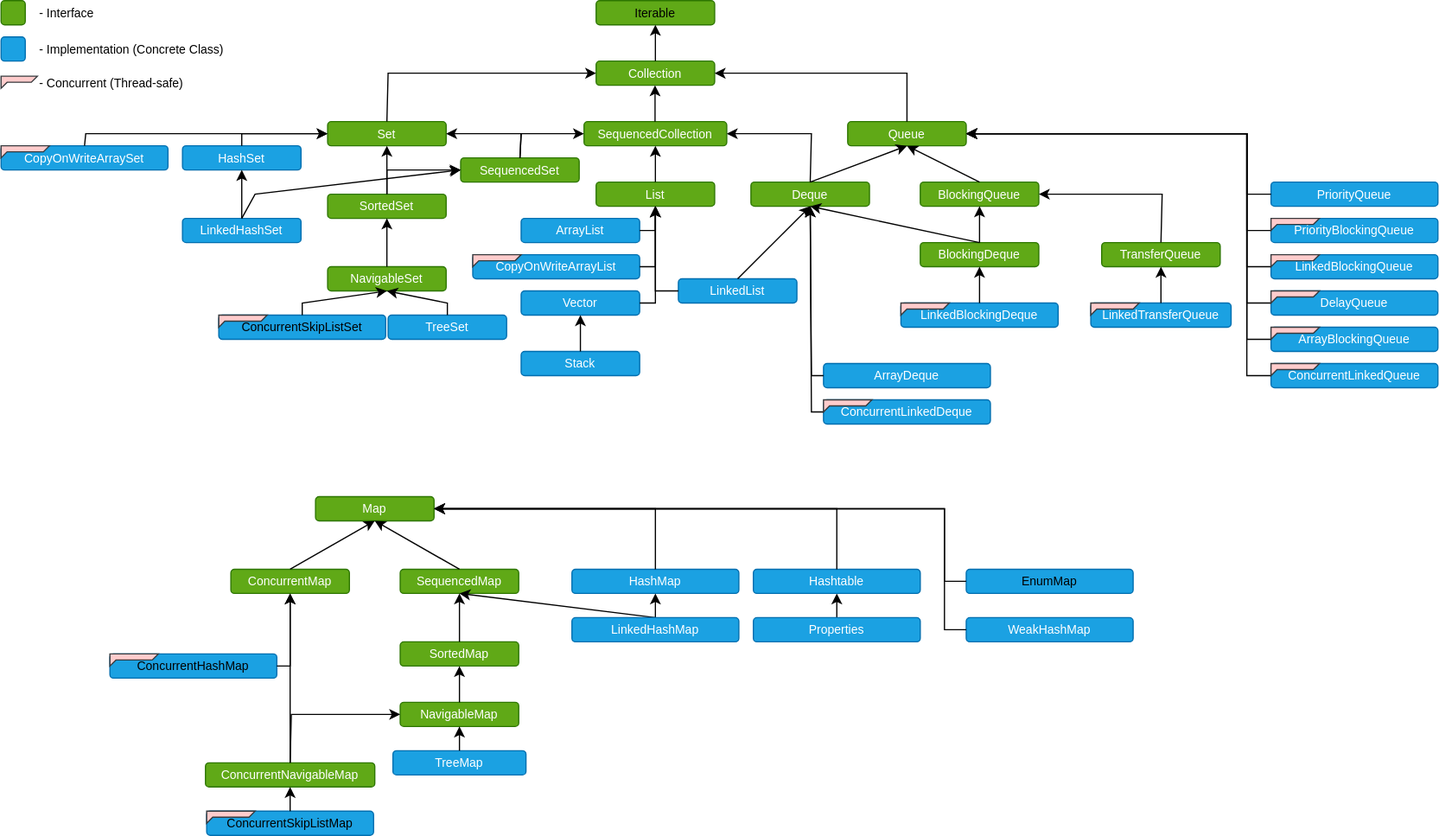
Earlier version of the draw.io export assets/collection-map.svg (aliabbosashurov/awesome-java-interview-qa). Source tidied: cells renumbered, new cells last; positions are measured from the earlier drawing's top-left corner, leaving out a move shared by most shapes.
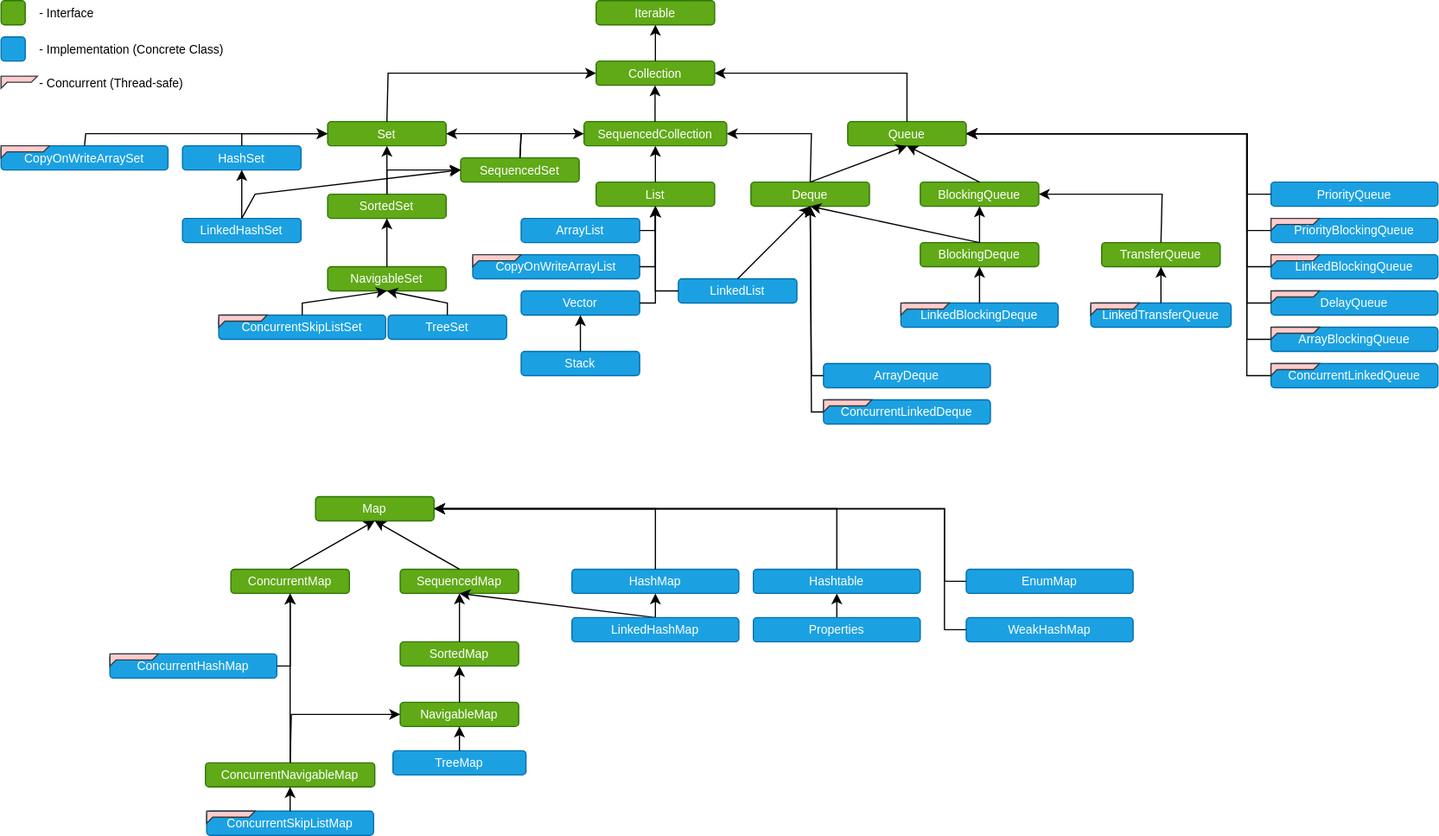
The same diagram one commit later.

Commit message:
feat: add updated svg file to support dark/white mode

Change to the diagram source:
```diff
@@ -2,7 +2,7 @@
   <root>
     <mxCell id="0" />
     <mxCell id="1" parent="0" />
-    <mxCell id="2" value="&lt;span style=&quot;color: light-dark(rgb(0, 0, 0), rgb(255, 255, 255));&quot;&gt;&lt;font style=&quot;font-size: 10px;&quot;&gt;Iterable&lt;/font&gt;&lt;/span&gt;" style="rounded=1;whiteSpace=wrap;html=1;fillColor=light-dark(#60A917,#111F05);fontColor=#ffffff;strokeColor=#2D7600;" parent="1" vertex="1">
+    <mxCell id="2" value="&lt;font style=&quot;font-size: 10px; color: light-dark(rgb(255, 255, 255), rgb(255, 255, 255));&quot;&gt;Iterable&lt;/font&gt;" style="rounded=1;whiteSpace=wrap;html=1;fillColor=light-dark(#60A917,#111F05);fontColor=#ffffff;strokeColor=#2D7600;" parent="1" vertex="1">
       <mxGeometry x="492" width="98" height="20" as="geometry" />
     </mxCell>
     <mxCell id="3" value="&lt;font size=&quot;1&quot;&gt;&lt;span style=&quot;caret-color: rgb(255, 255, 255); color: light-dark(rgb(255, 255, 255), rgb(255, 255, 255));&quot;&gt;Collection&lt;/span&gt;&lt;/font&gt;" style="rounded=1;whiteSpace=wrap;html=1;fillColor=light-dark(#60A917,#111F05);fontColor=#ffffff;strokeColor=#2D7600;" parent="1" vertex="1">
@@ -85,7 +85,7 @@
         </Array>
       </mxGeometry>
     </mxCell>
-    <mxCell id="20" value="&lt;font style=&quot;font-size: 10px; color: light-dark(rgb(0, 0, 0), rgb(255, 255, 255));&quot;&gt;ConcurrentSkipListSet&lt;/font&gt;" style="rounded=1;whiteSpace=wrap;html=1;fillColor=light-dark(#1BA1E2,#132B4F);fontColor=#ffffff;strokeColor=#006EAF;" parent="1" vertex="1">
+    <mxCell id="20" value="&lt;font style=&quot;font-size: 10px; color: light-dark(rgb(255, 255, 255), rgb(255, 255, 255));&quot;&gt;ConcurrentSkipListSet&lt;/font&gt;" style="rounded=1;whiteSpace=wrap;html=1;fillColor=light-dark(#1BA1E2,#132B4F);fontColor=#ffffff;strokeColor=#006EAF;" parent="1" vertex="1">
       <mxGeometry x="180" y="260" width="138" height="20" as="geometry" />
     </mxCell>
     <mxCell id="21" style="endArrow=classic;html=1;rounded=0;exitX=0.5;exitY=0;exitDx=0;exitDy=0;entryX=0.5;entryY=1;entryDx=0;entryDy=0;strokeColor=light-dark(#000000,#707070);" parent="1" edge="1" source="20" target="9">
@@ -328,13 +328,13 @@
         </Array>
       </mxGeometry>
     </mxCell>
-    <mxCell id="77" value="&lt;font style=&quot;font-size: 10px; color: light-dark(rgb(0, 0, 0), rgb(255, 255, 255));&quot;&gt;ConcurrentSkipListMap&lt;/font&gt;" style="rounded=1;whiteSpace=wrap;html=1;fillColor=light-dark(#1BA1E2,#132B4F);fontColor=#ffffff;strokeColor=#006EAF;" parent="1" vertex="1">
+    <mxCell id="77" value="&lt;font style=&quot;font-size: 10px; color: light-dark(rgb(255, 255, 255), rgb(255, 255, 255));&quot;&gt;ConcurrentSkipListMap&lt;/font&gt;" style="rounded=1;whiteSpace=wrap;html=1;fillColor=light-dark(#1BA1E2,#132B4F);fontColor=#ffffff;strokeColor=#006EAF;" parent="1" vertex="1">
       <mxGeometry x="170" y="670" width="138" height="20" as="geometry" />
     </mxCell>
     <mxCell id="78" style="endArrow=classic;html=1;rounded=0;strokeColor=light-dark(#000000,#707070);entryX=0.5;entryY=1;entryDx=0;entryDy=0;exitX=0.5;exitY=0;exitDx=0;exitDy=0;" parent="1" edge="1" source="77" target="72">
       <mxGeometry relative="1" as="geometry" />
     </mxCell>
-    <mxCell id="79" value="&lt;font style=&quot;font-size: 10px; color: light-dark(rgb(0, 0, 0), rgb(255, 255, 255));&quot;&gt;ConcurrentHashMap&lt;/font&gt;" style="rounded=1;whiteSpace=wrap;html=1;fillColor=light-dark(#1BA1E2,#132B4F);fontColor=#ffffff;strokeColor=#006EAF;" parent="1" vertex="1">
+    <mxCell id="79" value="&lt;font style=&quot;font-size: 10px; color: light-dark(rgb(255, 255, 255), rgb(255, 255, 255));&quot;&gt;ConcurrentHashMap&lt;/font&gt;" style="rounded=1;whiteSpace=wrap;html=1;fillColor=light-dark(#1BA1E2,#132B4F);fontColor=#ffffff;strokeColor=#006EAF;" parent="1" vertex="1">
       <mxGeometry x="90" y="540" width="138" height="20" as="geometry" />
     </mxCell>
     <mxCell id="80" style="endArrow=classic;html=1;rounded=0;strokeColor=light-dark(#000000,#707070);exitX=1;exitY=0.5;exitDx=0;exitDy=0;entryX=0.5;entryY=1;entryDx=0;entryDy=0;" parent="1" edge="1" source="79" target="66">
@@ -369,7 +369,7 @@
     <mxCell id="87" value="&lt;font size=&quot;1&quot;&gt;&lt;span style=&quot;caret-color: rgb(255, 255, 255); color: light-dark(rgb(255, 255, 255), rgb(255, 255, 255));&quot;&gt;LinkedHashMap&lt;/span&gt;&lt;/font&gt;" style="rounded=1;whiteSpace=wrap;html=1;fillColor=light-dark(#1BA1E2,#132B4F);fontColor=#ffffff;strokeColor=#006EAF;" parent="1" vertex="1">
       <mxGeometry x="472" y="510" width="138" height="20" as="geometry" />
     </mxCell>
-    <mxCell id="88" value="&lt;font style=&quot;font-size: 10px; color: light-dark(rgb(0, 0, 0), rgb(255, 255, 255));&quot;&gt;EnumMap&lt;/font&gt;" style="rounded=1;whiteSpace=wrap;html=1;fillColor=light-dark(#1BA1E2,#132B4F);fontColor=#ffffff;strokeColor=#006EAF;" parent="1" vertex="1">
+    <mxCell id="88" value="&lt;font style=&quot;font-size: 10px; color: light-dark(rgb(255, 255, 255), rgb(255, 255, 255));&quot;&gt;EnumMap&lt;/font&gt;" style="rounded=1;whiteSpace=wrap;html=1;fillColor=light-dark(#1BA1E2,#132B4F);fontColor=#ffffff;strokeColor=#006EAF;" parent="1" vertex="1">
       <mxGeometry x="798" y="470" width="138" height="20" as="geometry" />
     </mxCell>
     <mxCell id="89" value="&lt;font size=&quot;1&quot;&gt;&lt;span style=&quot;caret-color: rgb(255, 255, 255); color: light-dark(rgb(255, 255, 255), rgb(255, 255, 255));&quot;&gt;Properties&lt;/span&gt;&lt;/font&gt;" style="rounded=1;whiteSpace=wrap;html=1;fillColor=light-dark(#1BA1E2,#132B4F);fontColor=#ffffff;strokeColor=#006EAF;" parent="1" vertex="1">
```
